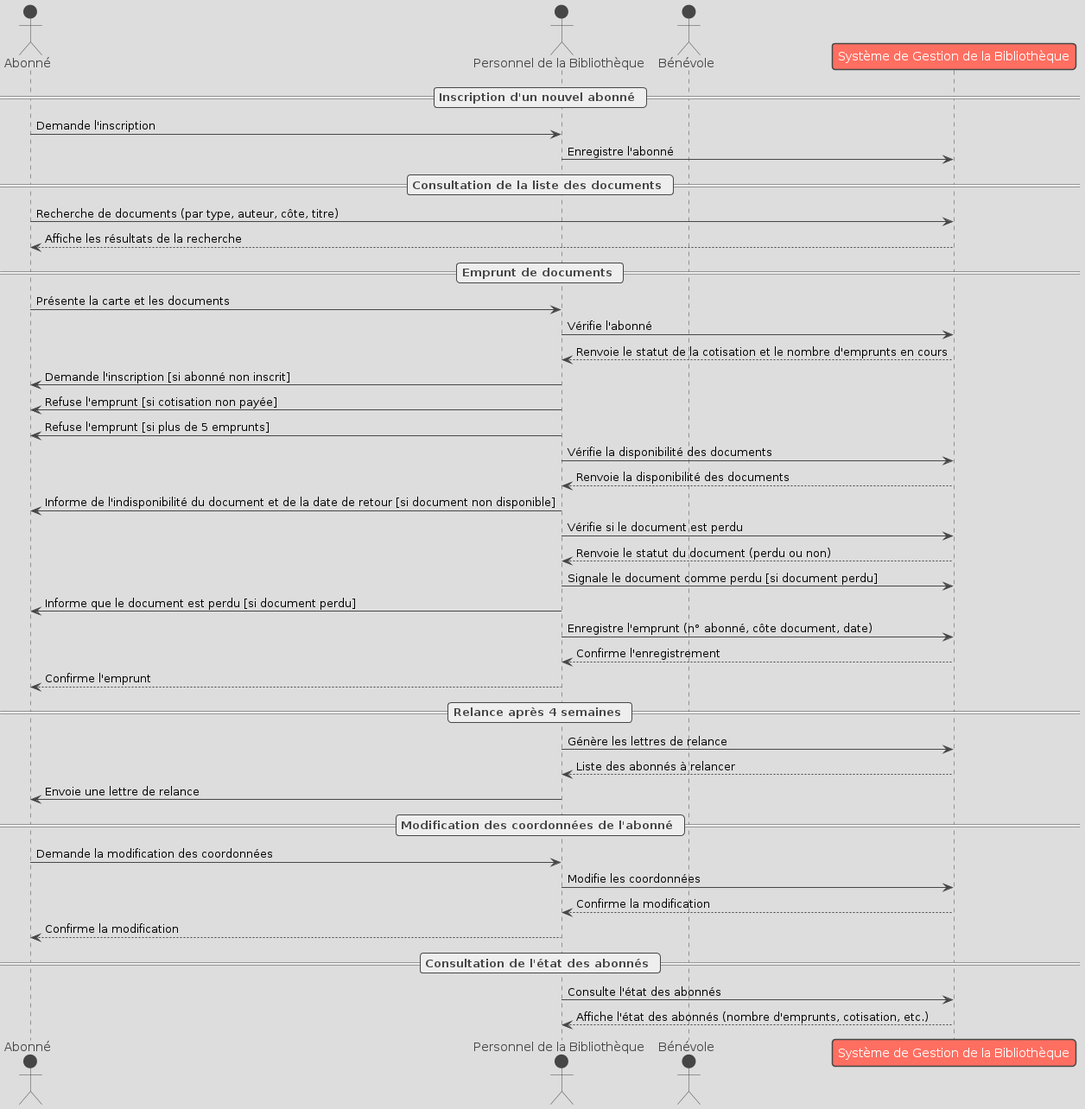
Above: asset/diagramme_sequence.png in clemence95/CDA24178 (PlantUML), before the change.
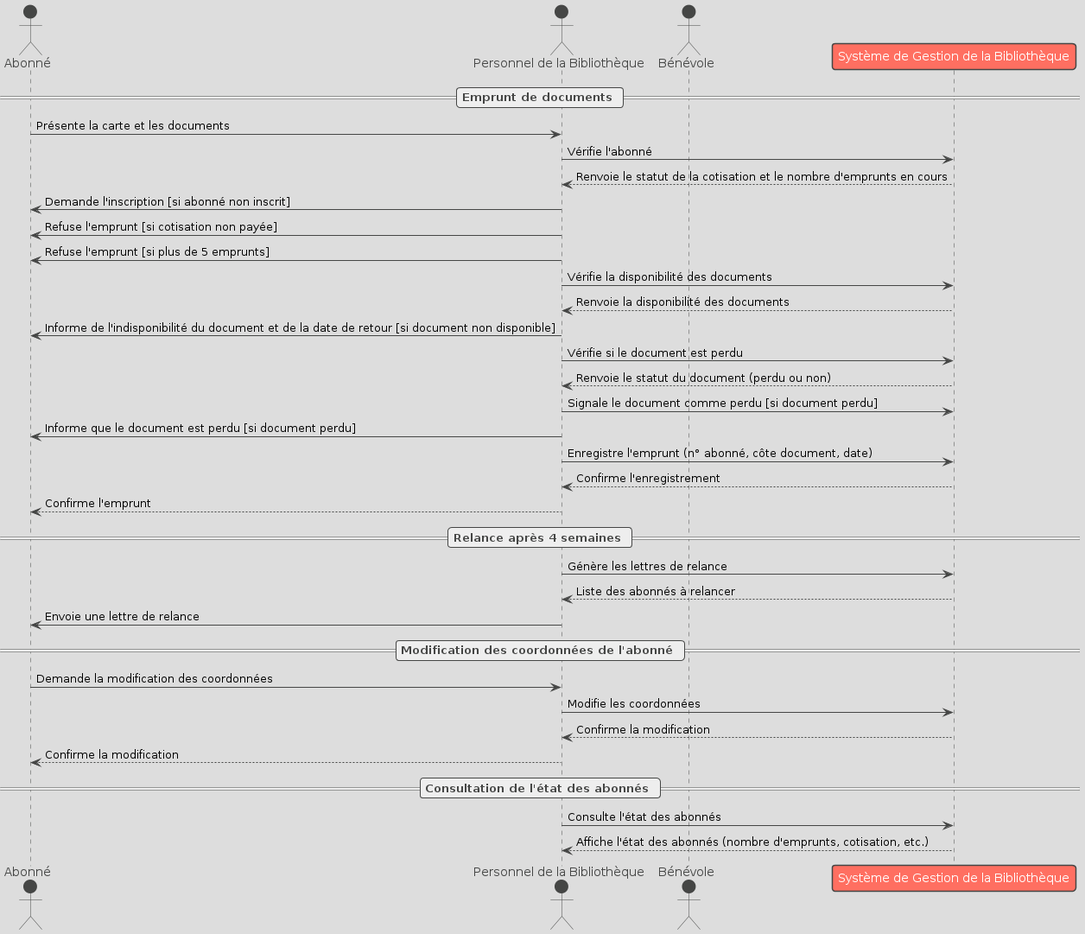
After the change.

Change to the diagram source:
```diff
@@ -5,13 +5,6 @@
 actor "Bénévole" as Benevole
 participant "Système de Gestion de la Bibliothèque" as Systeme
 
-== Inscription d'un nouvel abonné ==
-Abonné -> Bibliothecaire: Demande l'inscription
-Bibliothecaire -> Systeme: Enregistre l'abonné
-
-== Consultation de la liste des documents ==
-Abonné -> Systeme: Recherche de documents (par type, auteur, côte, titre)
-Systeme --> Abonné: Affiche les résultats de la recherche
 
 == Emprunt de documents ==
 Abonné -> Bibliothecaire: Présente la carte et les documents
```
